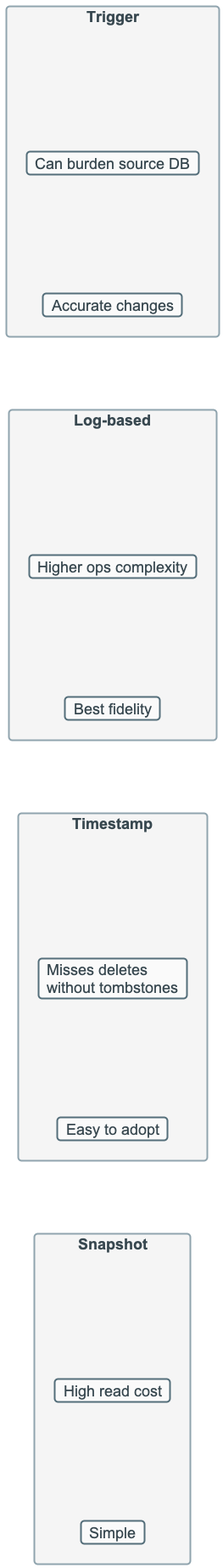
The PlantUML diagram diagrams/week04/week4_cdc_options_comparison.png in OrPerets/data-engineering-course, before a commit. The source it was exported from:
```plantuml
@startuml
!include ../_template_styles.puml

left to right direction

rectangle "Snapshot" as S {
  card "Simple" as S1
  card "High read cost" as S2
}

rectangle "Timestamp" as T {
  card "Easy to adopt" as T1
  card "Misses deletes\nwithout tombstones" as T2
}

rectangle "Log-based" as L {
  card "Best fidelity" as L1
  card "Higher ops complexity" as L2
}

rectangle "Trigger" as G {
  card "Accurate changes" as G1
  card "Can burden source DB" as G2
}

S -[hidden]right- T
T -[hidden]right- L
L -[hidden]right- G

@enduml
```
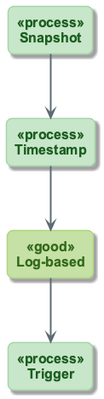
Later version of the same file.

The edit, as a diff of the source:
```diff
@@ -1,30 +1,18 @@
 @startuml
 !include ../_template_styles.puml
+!include _week4_visual_style.puml
 
 left to right direction
+skinparam nodesep 75
+skinparam ranksep 65
 
-rectangle "Snapshot" as S {
-  card "Simple" as S1
-  card "High read cost" as S2
-}
+rectangle "Snapshot" as S <<process>>
+rectangle "Timestamp" as T <<process>>
+rectangle "Log-based" as L <<good>>
+rectangle "Trigger" as G <<process>>
 
-rectangle "Timestamp" as T {
-  card "Easy to adopt" as T1
-  card "Misses deletes\nwithout tombstones" as T2
-}
-
-rectangle "Log-based" as L {
-  card "Best fidelity" as L1
-  card "Higher ops complexity" as L2
-}
-
-rectangle "Trigger" as G {
-  card "Accurate changes" as G1
-  card "Can burden source DB" as G2
-}
-
-S -[hidden]right- T
-T -[hidden]right- L
-L -[hidden]right- G
+S -right-> T
+T -right-> L
+L -right-> G
 
 @enduml
```
